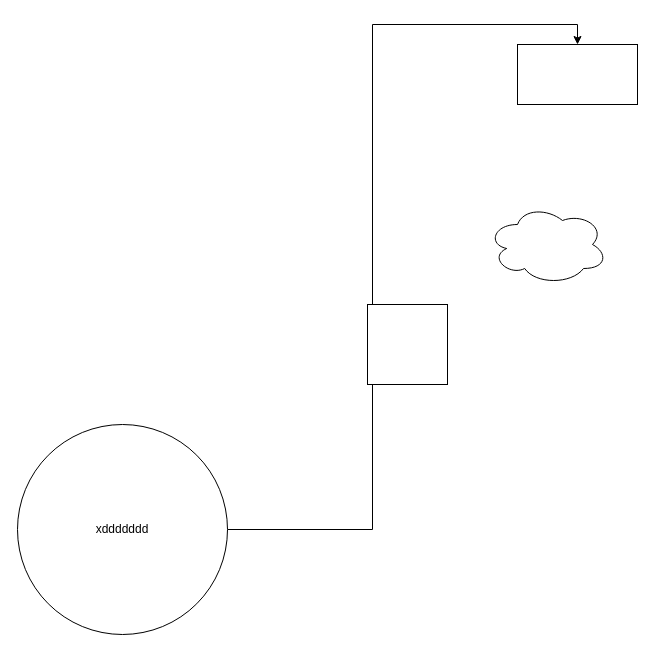
Earlier version of the draw.io diagram use_case_diagram.drawio (maclewan/DzikBook). Source tidied: cells renumbered, new cells numbered last; positions are measured from the earlier drawing's top-left corner, leaving out a move shared by most shapes. Both pictures are drawn from the tidied source at 100%, with x=0, y=0 at pixel (17, 44).
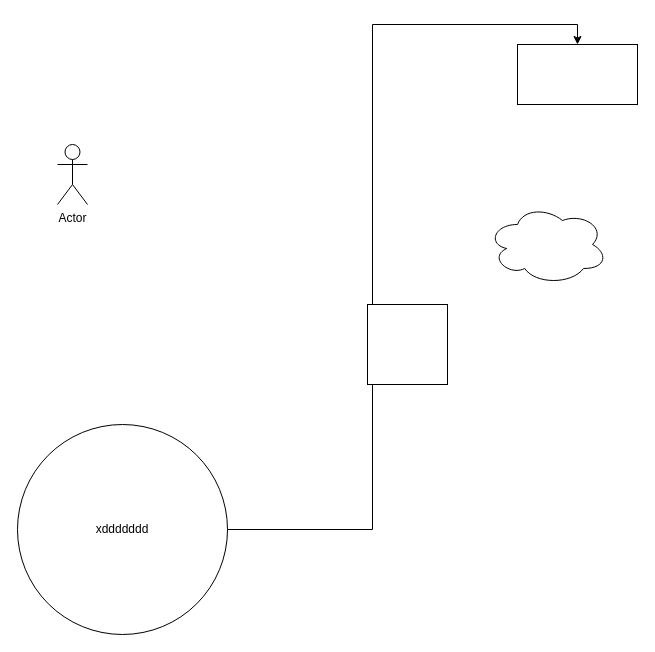
Above is the later version.

Change to the diagram source:
```diff
@@
 <mxGraphModel>
   <root>
     <mxCell id="0" />
     <mxCell id="1" parent="0" />
     <mxCell id="2" style="edgeStyle=orthogonalEdgeStyle;rounded=0;jettySize=auto;html=1;entryX=0.5;entryY=0;entryDx=0;entryDy=0;" parent="1" edge="1" source="3" target="5">
       <mxGeometry relative="1" as="geometry" />
     </mxCell>
     <mxCell id="3" value="xddddddd" style="ellipse;whiteSpace=wrap;html=1;" parent="1" vertex="1">
       <mxGeometry y="380" width="210" height="210" as="geometry" />
     </mxCell>
     <mxCell id="4" style="whiteSpace=wrap;html=1;" parent="1" vertex="1">
       <mxGeometry x="350" y="260" width="80" height="80" as="geometry" />
     </mxCell>
     <mxCell id="5" style="rounded=0;whiteSpace=wrap;html=1;" parent="1" vertex="1">
       <mxGeometry x="500" width="120" height="60" as="geometry" />
     </mxCell>
     <mxCell id="6" style="ellipse;shape=cloud;whiteSpace=wrap;html=1;" parent="1" vertex="1">
       <mxGeometry x="470" y="160" width="120" height="80" as="geometry" />
     </mxCell>
+    <mxCell id="7" value="Actor" style="shape=umlActor;verticalLabelPosition=bottom;verticalAlign=top;html=1;" parent="1" vertex="1">
+      <mxGeometry x="40" y="100" width="30" height="60" as="geometry" />
+    </mxCell>
   </root>
 </mxGraphModel>
```
